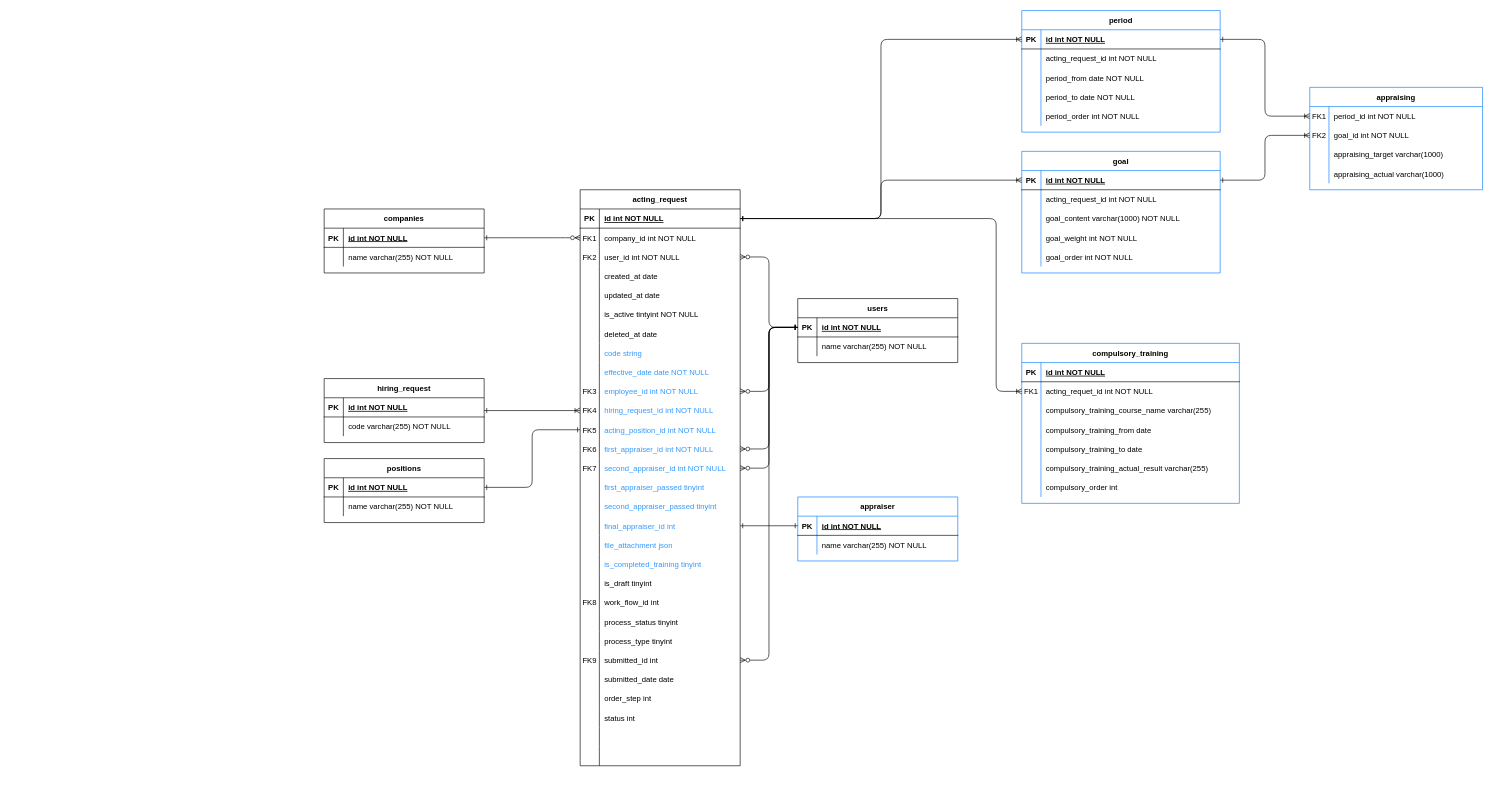
Before: hrtech_acting_request.drawio in minh91a1/drawio, a draw.io diagram. Source tidied: cells renumbered, new cells numbered last; positions are measured from the earlier drawing's top-left corner, leaving out a move shared by most shapes. Both pictures are drawn from the tidied source at 64%, with x=0, y=0 at pixel (324, 10).
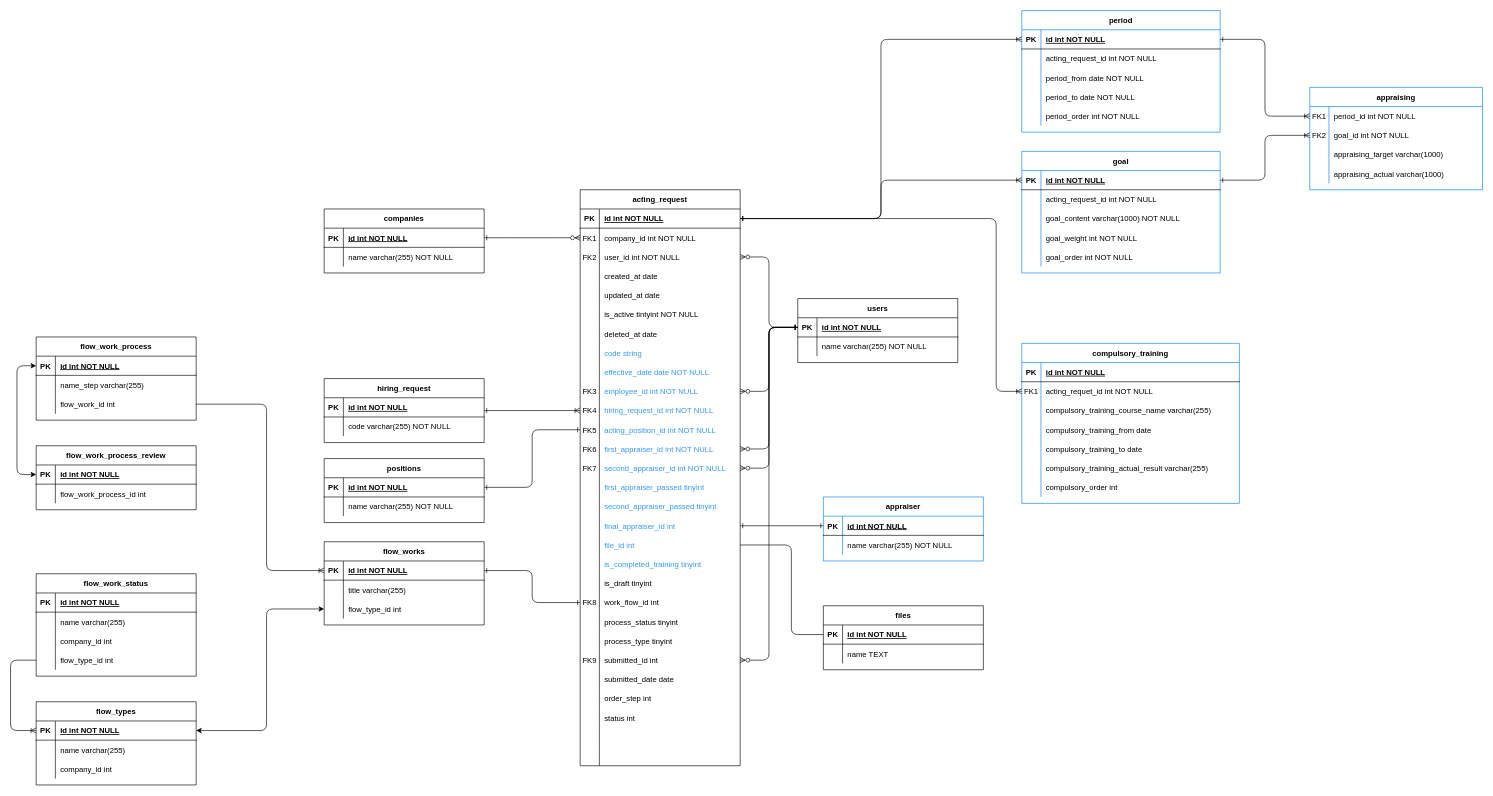
The same diagram, later.

The change refers to these unchanged cells:
```xml
<mxCell id="55" style="shape=partialRectangle;fillColor=none;points=[[0,0.5],[1,0.5]];portConstraint=eastwest;top=0;left=0;right=0;bottom=0;" parent="3" vertex="1">
  <mxGeometry y="540" width="250" height="30" as="geometry" />
</mxCell>
<mxCell id="64" style="shape=partialRectangle;fillColor=none;points=[[0,0.5],[1,0.5]];portConstraint=eastwest;top=0;left=0;right=0;bottom=0;" parent="3" vertex="1">
  <mxGeometry y="630" width="250" height="30" as="geometry" />
</mxCell>
```

Diff of the diagram source:
```diff
@@
-    <mxCell id="57" value="file_attachment json" style="shape=partialRectangle;overflow=hidden;fillColor=none;top=0;left=0;bottom=0;right=0;align=left;spacingLeft=6;fontColor=#3399FF;" parent="55" vertex="1">
+    <mxCell id="57" value="file_id int" style="shape=partialRectangle;overflow=hidden;fillColor=none;top=0;left=0;bottom=0;right=0;align=left;spacingLeft=6;fontColor=#3399FF;" parent="55" vertex="1">
       <mxGeometry x="30" width="220" height="30" as="geometry" />
     </mxCell>
@@
     <mxCell id="124" value="appraiser" style="shape=table;startSize=30;childLayout=tableLayout;rowLines=0;fontStyle=1;align=center;strokeColor=#007FFF;" parent="1" vertex="1">
-      <mxGeometry x="740" y="760" width="250" height="100" as="geometry" />
+      <mxGeometry x="780" y="760" width="250" height="100" as="geometry" />
     </mxCell>
@@
+    <mxCell id="206" value="flow_works" style="shape=table;startSize=30;childLayout=tableLayout;rowLines=0;fontStyle=1;align=center;" parent="1" vertex="1">
+      <mxGeometry y="830" width="250" height="130" as="geometry" />
+    </mxCell>
+    <mxCell id="207" style="shape=partialRectangle;fillColor=none;points=[[0,0.5],[1,0.5]];portConstraint=eastwest;top=0;left=0;right=0;bottom=1;" parent="206" vertex="1">
+      <mxGeometry y="30" width="250" height="30" as="geometry" />
+    </mxCell>
+    <mxCell id="208" value="PK" style="shape=partialRectangle;overflow=hidden;fillColor=none;top=0;left=0;bottom=0;right=0;fontStyle=1;" parent="207" vertex="1">
+      <mxGeometry width="30" height="30" as="geometry" />
+    </mxCell>
+    <mxCell id="209" value="id int NOT NULL " style="shape=partialRectangle;overflow=hidden;fillColor=none;top=0;left=0;bottom=0;right=0;align=left;spacingLeft=6;fontStyle=5;" parent="207" vertex="1">
+      <mxGeometry x="30" width="220" height="30" as="geometry" />
+    </mxCell>
+    <mxCell id="210" style="shape=partialRectangle;fillColor=none;top=0;left=0;right=0;bottom=0;" parent="206" vertex="1">
+      <mxGeometry y="60" width="250" height="30" as="geometry" />
+    </mxCell>
+    <mxCell id="211" style="shape=partialRectangle;overflow=hidden;fillColor=none;top=0;left=0;bottom=0;right=0;" parent="210" vertex="1">
+      <mxGeometry width="30" height="30" as="geometry" />
+    </mxCell>
+    <mxCell id="212" value="title varchar(255)" style="shape=partialRectangle;overflow=hidden;fillColor=none;top=0;left=0;bottom=0;right=0;align=left;spacingLeft=6;" parent="210" vertex="1">
+      <mxGeometry x="30" width="220" height="30" as="geometry" />
+    </mxCell>
+    <mxCell id="213" style="shape=partialRectangle;fillColor=none;points=[[0,0.5],[1,0.5]];portConstraint=eastwest;top=0;left=0;right=0;bottom=0;" parent="206" vertex="1">
+      <mxGeometry y="90" width="250" height="30" as="geometry" />
+    </mxCell>
+    <mxCell id="214" style="shape=partialRectangle;overflow=hidden;fillColor=none;top=0;left=0;bottom=0;right=0;" parent="213" vertex="1">
+      <mxGeometry width="30" height="30" as="geometry" />
+    </mxCell>
+    <mxCell id="215" value="flow_type_id int" style="shape=partialRectangle;overflow=hidden;fillColor=none;top=0;left=0;bottom=0;right=0;align=left;spacingLeft=6;" parent="213" vertex="1">
+      <mxGeometry x="30" width="220" height="30" as="geometry" />
+    </mxCell>
+    <mxCell id="216" style="edgeStyle=orthogonalEdgeStyle;rounded=1;jettySize=auto;html=1;endArrow=ERone;endFill=0;startArrow=ERone;startFill=0;exitX=1;exitY=0.5;exitDx=0;exitDy=0;entryX=0;entryY=0.5;entryDx=0;entryDy=0;" parent="1" edge="1" source="207" target="64">
+      <mxGeometry relative="1" as="geometry" />
+    </mxCell>
+    <mxCell id="217" value="flow_types" style="shape=table;startSize=30;childLayout=tableLayout;rowLines=0;fontStyle=1;align=center;" parent="1" vertex="1">
+      <mxGeometry x="-450" y="1080" width="250" height="130" as="geometry" />
+    </mxCell>
+    <mxCell id="218" style="shape=partialRectangle;fillColor=none;points=[[0,0.5],[1,0.5]];portConstraint=eastwest;top=0;left=0;right=0;bottom=1;" parent="217" vertex="1">
+      <mxGeometry y="30" width="250" height="30" as="geometry" />
+    </mxCell>
+    <mxCell id="219" value="PK" style="shape=partialRectangle;overflow=hidden;fillColor=none;top=0;left=0;bottom=0;right=0;fontStyle=1;" parent="218" vertex="1">
+      <mxGeometry width="30" height="30" as="geometry" />
+    </mxCell>
+    <mxCell id="220" value="id int NOT NULL " style="shape=partialRectangle;overflow=hidden;fillColor=none;top=0;left=0;bottom=0;right=0;align=left;spacingLeft=6;fontStyle=5;" parent="218" vertex="1">
+      <mxGeometry x="30" width="220" height="30" as="geometry" />
+    </mxCell>
+    <mxCell id="221" style="shape=partialRectangle;fillColor=none;top=0;left=0;right=0;bottom=0;" parent="217" vertex="1">
+      <mxGeometry y="60" width="250" height="30" as="geometry" />
+    </mxCell>
+    <mxCell id="222" style="shape=partialRectangle;overflow=hidden;fillColor=none;top=0;left=0;bottom=0;right=0;" parent="221" vertex="1">
+      <mxGeometry width="30" height="30" as="geometry" />
+    </mxCell>
+    <mxCell id="223" value="name varchar(255)" style="shape=partialRectangle;overflow=hidden;fillColor=none;top=0;left=0;bottom=0;right=0;align=left;spacingLeft=6;" parent="221" vertex="1">
+      <mxGeometry x="30" width="220" height="30" as="geometry" />
+    </mxCell>
+    <mxCell id="224" style="shape=partialRectangle;fillColor=none;top=0;left=0;right=0;bottom=0;" parent="217" vertex="1">
+      <mxGeometry y="90" width="250" height="30" as="geometry" />
+    </mxCell>
+    <mxCell id="225" style="shape=partialRectangle;overflow=hidden;fillColor=none;top=0;left=0;bottom=0;right=0;" parent="224" vertex="1">
+      <mxGeometry width="30" height="30" as="geometry" />
+    </mxCell>
+    <mxCell id="226" value="company_id int" style="shape=partialRectangle;overflow=hidden;fillColor=none;top=0;left=0;bottom=0;right=0;align=left;spacingLeft=6;" parent="224" vertex="1">
+      <mxGeometry x="30" width="220" height="30" as="geometry" />
+    </mxCell>
+    <mxCell id="227" style="edgeStyle=orthogonalEdgeStyle;rounded=1;jettySize=auto;html=1;exitX=0;exitY=0.5;exitDx=0;exitDy=0;entryX=1;entryY=0.5;entryDx=0;entryDy=0;startArrow=classic;startFill=1;" parent="1" edge="1" source="213" target="218">
+      <mxGeometry relative="1" as="geometry">
+        <Array as="points">
+          <mxPoint x="-90" y="935" />
+          <mxPoint x="-90" y="1125" />
+        </Array>
+      </mxGeometry>
+    </mxCell>
+    <mxCell id="228" value="flow_work_status" style="shape=table;startSize=30;childLayout=tableLayout;rowLines=0;fontStyle=1;align=center;" parent="1" vertex="1">
+      <mxGeometry x="-450" y="880" width="250" height="160" as="geometry" />
+    </mxCell>
+    <mxCell id="229" style="shape=partialRectangle;fillColor=none;top=0;left=0;right=0;bottom=1;" parent="228" vertex="1">
+      <mxGeometry y="30" width="250" height="30" as="geometry" />
+    </mxCell>
+    <mxCell id="230" value="PK" style="shape=partialRectangle;overflow=hidden;fillColor=none;top=0;left=0;bottom=0;right=0;fontStyle=1;" parent="229" vertex="1">
+      <mxGeometry width="30" height="30" as="geometry" />
+    </mxCell>
+    <mxCell id="231" value="id int NOT NULL " style="shape=partialRectangle;overflow=hidden;fillColor=none;top=0;left=0;bottom=0;right=0;align=left;spacingLeft=6;fontStyle=5;" parent="229" vertex="1">
+      <mxGeometry x="30" width="220" height="30" as="geometry" />
+    </mxCell>
+    <mxCell id="232" style="shape=partialRectangle;fillColor=none;top=0;left=0;right=0;bottom=0;" parent="228" vertex="1">
+      <mxGeometry y="60" width="250" height="30" as="geometry" />
+    </mxCell>
+    <mxCell id="233" style="shape=partialRectangle;overflow=hidden;fillColor=none;top=0;left=0;bottom=0;right=0;" parent="232" vertex="1">
+      <mxGeometry width="30" height="30" as="geometry" />
+    </mxCell>
+    <mxCell id="234" value="name varchar(255)" style="shape=partialRectangle;overflow=hidden;fillColor=none;top=0;left=0;bottom=0;right=0;align=left;spacingLeft=6;" parent="232" vertex="1">
+      <mxGeometry x="30" width="220" height="30" as="geometry" />
+    </mxCell>
+    <mxCell id="235" style="shape=partialRectangle;fillColor=none;top=0;left=0;right=0;bottom=0;" parent="228" vertex="1">
+      <mxGeometry y="90" width="250" height="30" as="geometry" />
+    </mxCell>
+    <mxCell id="236" style="shape=partialRectangle;overflow=hidden;fillColor=none;top=0;left=0;bottom=0;right=0;" parent="235" vertex="1">
+      <mxGeometry width="30" height="30" as="geometry" />
+    </mxCell>
+    <mxCell id="237" value="company_id int" style="shape=partialRectangle;overflow=hidden;fillColor=none;top=0;left=0;bottom=0;right=0;align=left;spacingLeft=6;" parent="235" vertex="1">
+      <mxGeometry x="30" width="220" height="30" as="geometry" />
+    </mxCell>
+    <mxCell id="238" style="shape=partialRectangle;fillColor=none;points=[[0,0.5],[1,0.5]];portConstraint=eastwest;top=0;left=0;right=0;bottom=0;" parent="228" vertex="1">
+      <mxGeometry y="120" width="250" height="30" as="geometry" />
+    </mxCell>
+    <mxCell id="239" style="shape=partialRectangle;overflow=hidden;fillColor=none;top=0;left=0;bottom=0;right=0;" parent="238" vertex="1">
+      <mxGeometry width="30" height="30" as="geometry" />
+    </mxCell>
+    <mxCell id="240" value="flow_type_id int" style="shape=partialRectangle;overflow=hidden;fillColor=none;top=0;left=0;bottom=0;right=0;align=left;spacingLeft=6;" parent="238" vertex="1">
+      <mxGeometry x="30" width="220" height="30" as="geometry" />
+    </mxCell>
+    <mxCell id="241" style="edgeStyle=orthogonalEdgeStyle;rounded=1;jettySize=auto;html=1;entryX=0;entryY=0.5;entryDx=0;entryDy=0;startArrow=none;startFill=0;endArrow=ERoneToMany;endFill=0;" parent="1" edge="1" source="238" target="218">
+      <mxGeometry relative="1" as="geometry">
+        <Array as="points">
+          <mxPoint x="-490" y="1015" />
+          <mxPoint x="-490" y="1125" />
+        </Array>
+      </mxGeometry>
+    </mxCell>
+    <mxCell id="242" value="flow_work_process" style="shape=table;startSize=30;childLayout=tableLayout;rowLines=0;fontStyle=1;align=center;" parent="1" vertex="1">
+      <mxGeometry x="-450" y="510" width="250" height="130" as="geometry" />
+    </mxCell>
+    <mxCell id="243" style="shape=partialRectangle;fillColor=none;points=[[0,0.5],[1,0.5]];portConstraint=eastwest;top=0;left=0;right=0;bottom=1;" parent="242" vertex="1">
+      <mxGeometry y="30" width="250" height="30" as="geometry" />
+    </mxCell>
+    <mxCell id="244" value="PK" style="shape=partialRectangle;overflow=hidden;fillColor=none;top=0;left=0;bottom=0;right=0;fontStyle=1;" parent="243" vertex="1">
+      <mxGeometry width="30" height="30" as="geometry" />
+    </mxCell>
+    <mxCell id="245" value="id int NOT NULL " style="shape=partialRectangle;overflow=hidden;fillColor=none;top=0;left=0;bottom=0;right=0;align=left;spacingLeft=6;fontStyle=5;" parent="243" vertex="1">
+      <mxGeometry x="30" width="220" height="30" as="geometry" />
+    </mxCell>
+    <mxCell id="246" style="shape=partialRectangle;fillColor=none;top=0;left=0;right=0;bottom=0;" parent="242" vertex="1">
+      <mxGeometry y="60" width="250" height="30" as="geometry" />
+    </mxCell>
+    <mxCell id="247" style="shape=partialRectangle;overflow=hidden;fillColor=none;top=0;left=0;bottom=0;right=0;" parent="246" vertex="1">
+      <mxGeometry width="30" height="30" as="geometry" />
+    </mxCell>
+    <mxCell id="248" value="name_step varchar(255)" style="shape=partialRectangle;overflow=hidden;fillColor=none;top=0;left=0;bottom=0;right=0;align=left;spacingLeft=6;" parent="246" vertex="1">
+      <mxGeometry x="30" width="220" height="30" as="geometry" />
+    </mxCell>
+    <mxCell id="249" style="shape=partialRectangle;fillColor=none;points=[[0,0.5],[1,0.5]];portConstraint=eastwest;top=0;left=0;right=0;bottom=0;" parent="242" vertex="1">
+      <mxGeometry y="90" width="250" height="30" as="geometry" />
+    </mxCell>
+    <mxCell id="250" style="shape=partialRectangle;overflow=hidden;fillColor=none;top=0;left=0;bottom=0;right=0;" parent="249" vertex="1">
+      <mxGeometry width="30" height="30" as="geometry" />
+    </mxCell>
+    <mxCell id="251" value="flow_work_id int" style="shape=partialRectangle;overflow=hidden;fillColor=none;top=0;left=0;bottom=0;right=0;align=left;spacingLeft=6;" parent="249" vertex="1">
+      <mxGeometry x="30" width="220" height="30" as="geometry" />
+    </mxCell>
+    <mxCell id="252" style="edgeStyle=orthogonalEdgeStyle;rounded=1;jettySize=auto;html=1;entryX=0;entryY=0.5;entryDx=0;entryDy=0;endArrow=ERoneToMany;endFill=0;exitX=1;exitY=0.5;exitDx=0;exitDy=0;" parent="1" edge="1" source="249" target="207">
+      <mxGeometry relative="1" as="geometry">
+        <Array as="points">
+          <mxPoint x="-90" y="615" />
+          <mxPoint x="-90" y="875" />
+        </Array>
+      </mxGeometry>
+    </mxCell>
+    <mxCell id="253" value="flow_work_process_review" style="shape=table;startSize=30;childLayout=tableLayout;rowLines=0;fontStyle=1;align=center;" parent="1" vertex="1">
+      <mxGeometry x="-450" y="680" width="250" height="100" as="geometry" />
+    </mxCell>
+    <mxCell id="254" style="shape=partialRectangle;fillColor=none;points=[[0,0.5],[1,0.5]];portConstraint=eastwest;top=0;left=0;right=0;bottom=1;" parent="253" vertex="1">
+      <mxGeometry y="30" width="250" height="30" as="geometry" />
+    </mxCell>
+    <mxCell id="255" value="PK" style="shape=partialRectangle;overflow=hidden;fillColor=none;top=0;left=0;bottom=0;right=0;fontStyle=1;" parent="254" vertex="1">
+      <mxGeometry width="30" height="30" as="geometry" />
+    </mxCell>
+    <mxCell id="256" value="id int NOT NULL " style="shape=partialRectangle;overflow=hidden;fillColor=none;top=0;left=0;bottom=0;right=0;align=left;spacingLeft=6;fontStyle=5;" parent="254" vertex="1">
+      <mxGeometry x="30" width="220" height="30" as="geometry" />
+    </mxCell>
+    <mxCell id="257" style="shape=partialRectangle;fillColor=none;top=0;left=0;right=0;bottom=0;" parent="253" vertex="1">
+      <mxGeometry y="60" width="250" height="30" as="geometry" />
+    </mxCell>
+    <mxCell id="258" style="shape=partialRectangle;overflow=hidden;fillColor=none;top=0;left=0;bottom=0;right=0;" parent="257" vertex="1">
+      <mxGeometry width="30" height="30" as="geometry" />
+    </mxCell>
+    <mxCell id="259" value="flow_work_process_id int" style="shape=partialRectangle;overflow=hidden;fillColor=none;top=0;left=0;bottom=0;right=0;align=left;spacingLeft=6;" parent="257" vertex="1">
+      <mxGeometry x="30" width="220" height="30" as="geometry" />
+    </mxCell>
+    <mxCell id="260" style="edgeStyle=orthogonalEdgeStyle;rounded=1;jettySize=auto;html=1;entryX=0;entryY=0.5;entryDx=0;entryDy=0;endArrow=classic;endFill=1;startArrow=classic;startFill=1;" parent="1" edge="1" source="254" target="243">
+      <mxGeometry relative="1" as="geometry">
+        <Array as="points">
+          <mxPoint x="-480" y="725" />
+          <mxPoint x="-480" y="555" />
+        </Array>
+      </mxGeometry>
+    </mxCell>
+    <mxCell id="261" value="files" style="shape=table;startSize=30;childLayout=tableLayout;rowLines=0;fontStyle=1;align=center;" parent="1" vertex="1">
+      <mxGeometry x="780" y="930" width="250" height="100" as="geometry" />
+    </mxCell>
+    <mxCell id="262" style="shape=partialRectangle;fillColor=none;points=[[0,0.5],[1,0.5]];portConstraint=eastwest;top=0;left=0;right=0;bottom=1;" parent="261" vertex="1">
+      <mxGeometry y="30" width="250" height="30" as="geometry" />
+    </mxCell>
+    <mxCell id="263" value="PK" style="shape=partialRectangle;overflow=hidden;fillColor=none;top=0;left=0;bottom=0;right=0;fontStyle=1;" parent="262" vertex="1">
+      <mxGeometry width="30" height="30" as="geometry" />
+    </mxCell>
+    <mxCell id="264" value="id int NOT NULL " style="shape=partialRectangle;overflow=hidden;fillColor=none;top=0;left=0;bottom=0;right=0;align=left;spacingLeft=6;fontStyle=5;" parent="262" vertex="1">
+      <mxGeometry x="30" width="220" height="30" as="geometry" />
+    </mxCell>
+    <mxCell id="265" style="shape=partialRectangle;fillColor=none;top=0;left=0;right=0;bottom=0;" parent="261" vertex="1">
+      <mxGeometry y="60" width="250" height="30" as="geometry" />
+    </mxCell>
+    <mxCell id="266" style="shape=partialRectangle;overflow=hidden;fillColor=none;top=0;left=0;bottom=0;right=0;" parent="265" vertex="1">
+      <mxGeometry width="30" height="30" as="geometry" />
+    </mxCell>
+    <mxCell id="267" value="name TEXT" style="shape=partialRectangle;overflow=hidden;fillColor=none;top=0;left=0;bottom=0;right=0;align=left;spacingLeft=6;" parent="265" vertex="1">
+      <mxGeometry x="30" width="220" height="30" as="geometry" />
+    </mxCell>
+    <mxCell id="268" style="edgeStyle=orthogonalEdgeStyle;rounded=1;jettySize=auto;html=1;entryX=0;entryY=0.5;entryDx=0;entryDy=0;endArrow=none;endFill=0;" parent="1" edge="1" source="55" target="262">
+      <mxGeometry relative="1" as="geometry">
+        <Array as="points">
+          <mxPoint x="730" y="835" />
+          <mxPoint x="730" y="975" />
+        </Array>
+      </mxGeometry>
+    </mxCell>
```
